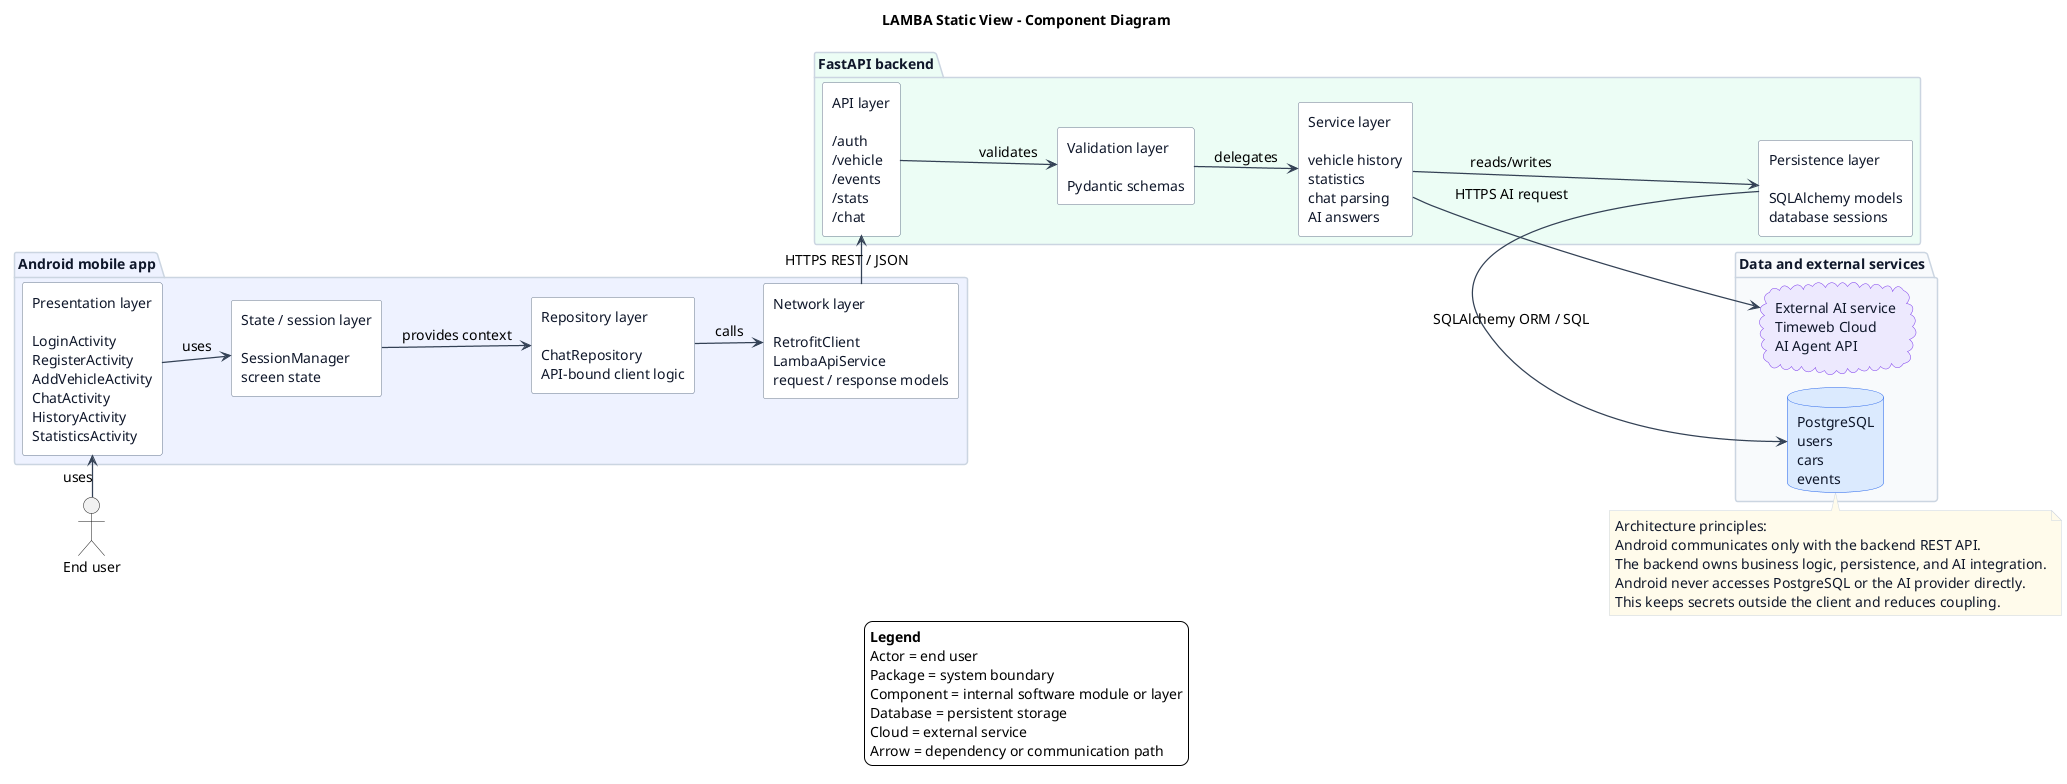
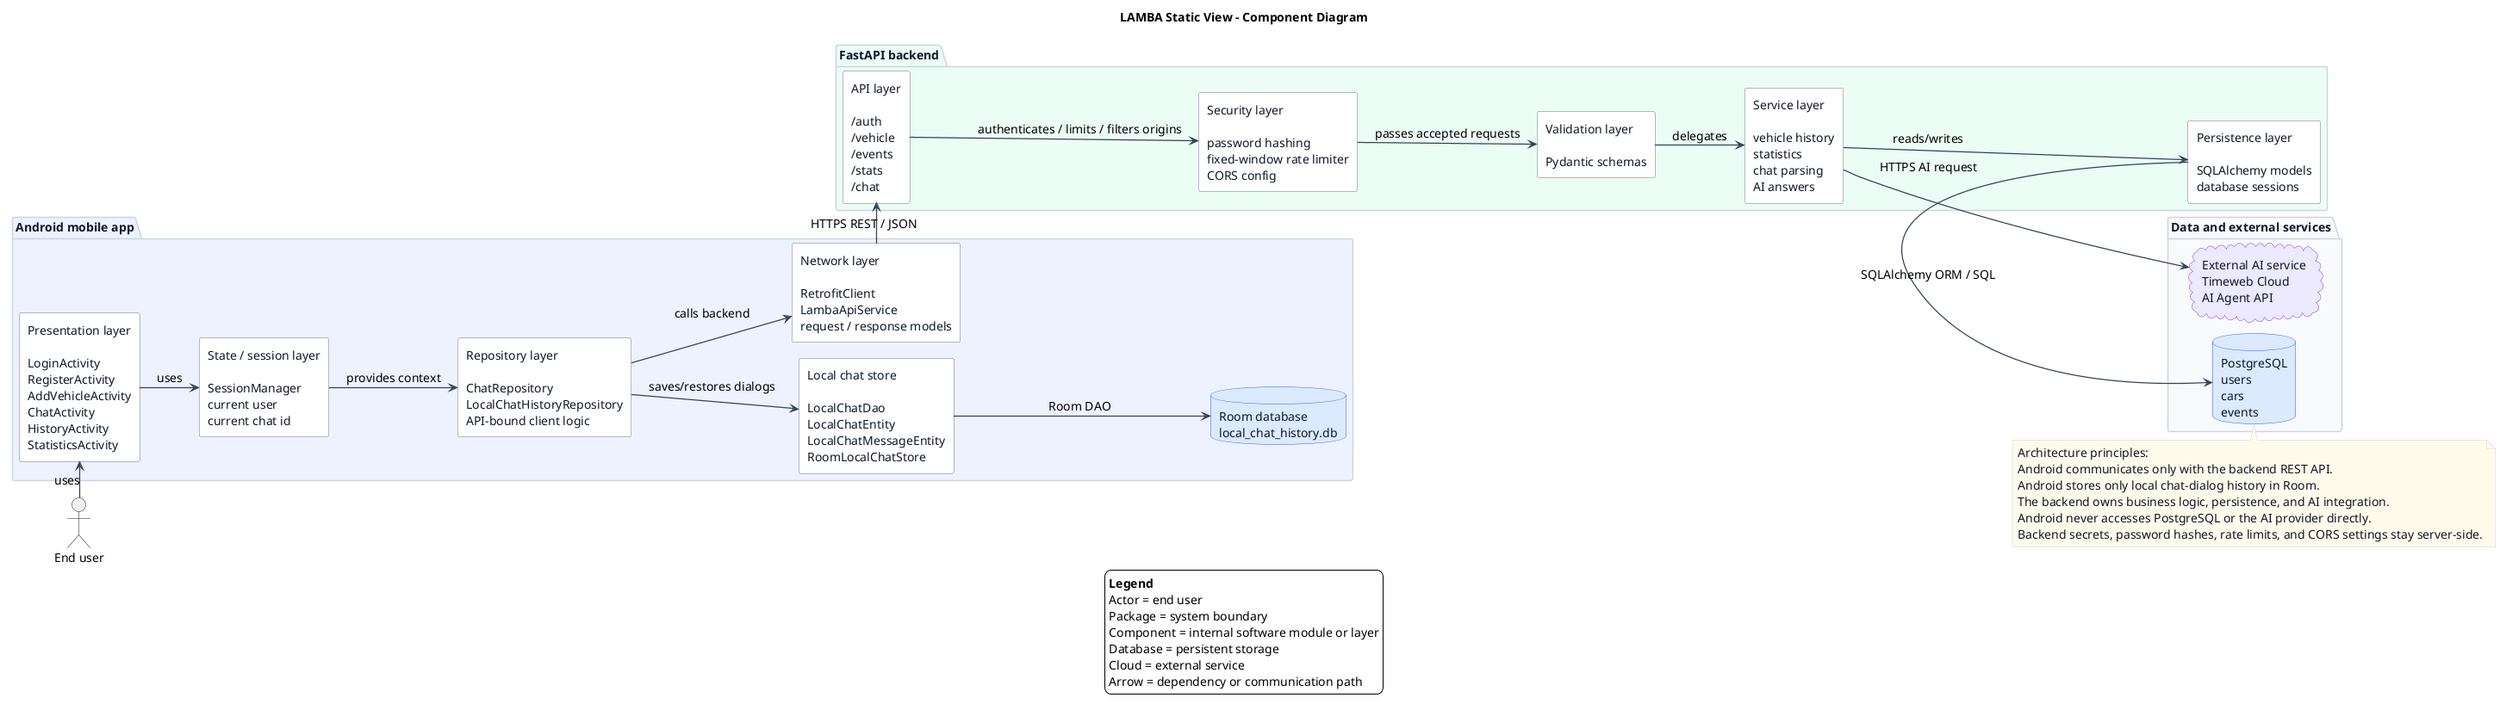
@startuml
title LAMBA Static View - Component Diagram

!pragma layout smetana
left to right direction

skinparam shadowing false
skinparam backgroundColor #FFFFFF
skinparam defaultFontName Arial
skinparam defaultFontSize 14
skinparam nodesep 55
skinparam ranksep 70
skinparam linetype ortho
skinparam ArrowColor #334155
skinparam ArrowThickness 1.25
skinparam componentStyle rectangle

skinparam package {
  BorderColor #CBD5E1
  FontColor #0F172A
  FontStyle bold
  BackgroundColor #F8FAFC
}
skinparam component {
  BorderColor #64748B
  BackgroundColor #FFFFFF
  FontColor #0F172A
}
skinparam database {
  BorderColor #2563EB
  BackgroundColor #DBEAFE
  FontColor #0F172A
}
skinparam cloud {
  BorderColor #7C3AED
  BackgroundColor #EDE9FE
  FontColor #0F172A
}
skinparam note {
  BorderColor #CBD5E1
  BackgroundColor #FFFBEB
  FontColor #0F172A
}

actor "End user" as User

package "Android mobile app" #EEF2FF {
  component "Presentation layer\n\nLoginActivity\nRegisterActivity\nAddVehicleActivity\nChatActivity\nHistoryActivity\nStatisticsActivity" as AndroidPresentation
-   component "State / session layer\n\nSessionManager\nscreen state" as AndroidState
-   component "Repository layer\n\nChatRepository\nAPI-bound client logic" as AndroidRepository
+   component "State / session layer\n\nSessionManager\ncurrent user\ncurrent chat id" as AndroidState
+   component "Repository layer\n\nChatRepository\nLocalChatHistoryRepository\nAPI-bound client logic" as AndroidRepository
+   component "Local chat store\n\nLocalChatDao\nLocalChatEntity\nLocalChatMessageEntity\nRoomLocalChatStore" as AndroidLocalStore
  component "Network layer\n\nRetrofitClient\nLambaApiService\nrequest / response models" as AndroidNetwork
+   database "Room database\nlocal_chat_history.db" as RoomDb

  AndroidPresentation -down-> AndroidState : uses
  AndroidState -down-> AndroidRepository : provides context
-   AndroidRepository -down-> AndroidNetwork : calls
+   AndroidRepository -down-> AndroidLocalStore : saves/restores dialogs
+   AndroidLocalStore -down-> RoomDb : Room DAO
+   AndroidRepository -down-> AndroidNetwork : calls backend
}

package "FastAPI backend" #ECFDF5 {
  component "API layer\n\n/auth\n/vehicle\n/events\n/stats\n/chat" as BackendApi
+   component "Security layer\n\npassword hashing\nfixed-window rate limiter\nCORS config" as BackendSecurity
  component "Validation layer\n\nPydantic schemas" as BackendValidation
  component "Service layer\n\nvehicle history\nstatistics\nchat parsing\nAI answers" as BackendServices
  component "Persistence layer\n\nSQLAlchemy models\ndatabase sessions" as BackendPersistence

-   BackendApi -down-> BackendValidation : validates
+   BackendApi -down-> BackendSecurity : authenticates / limits / filters origins
+   BackendSecurity -down-> BackendValidation : passes accepted requests
  BackendValidation -down-> BackendServices : delegates
  BackendServices -down-> BackendPersistence : reads/writes
}

package "Data and external services" #F8FAFC {
  cloud "External AI service\nTimeweb Cloud\nAI Agent API" as ExternalAi
  database "PostgreSQL\nusers\ncars\nevents" as Postgres
}

User -right-> AndroidPresentation : uses
AndroidNetwork -right-> BackendApi : HTTPS REST / JSON
BackendPersistence -right-> Postgres : SQLAlchemy ORM / SQL
BackendServices -right-> ExternalAi : HTTPS AI request

legend bottom
  <b>Legend</b>
  Actor = end user
  Package = system boundary
  Component = internal software module or layer
  Database = persistent storage
  Cloud = external service
  Arrow = dependency or communication path
endlegend

note bottom
  Architecture principles:
  Android communicates only with the backend REST API.
+   Android stores only local chat-dialog history in Room.
  The backend owns business logic, persistence, and AI integration.
  Android never accesses PostgreSQL or the AI provider directly.
-   This keeps secrets outside the client and reduces coupling.
+   Backend secrets, password hashes, rate limits, and CORS settings stay server-side.
end note

@enduml
